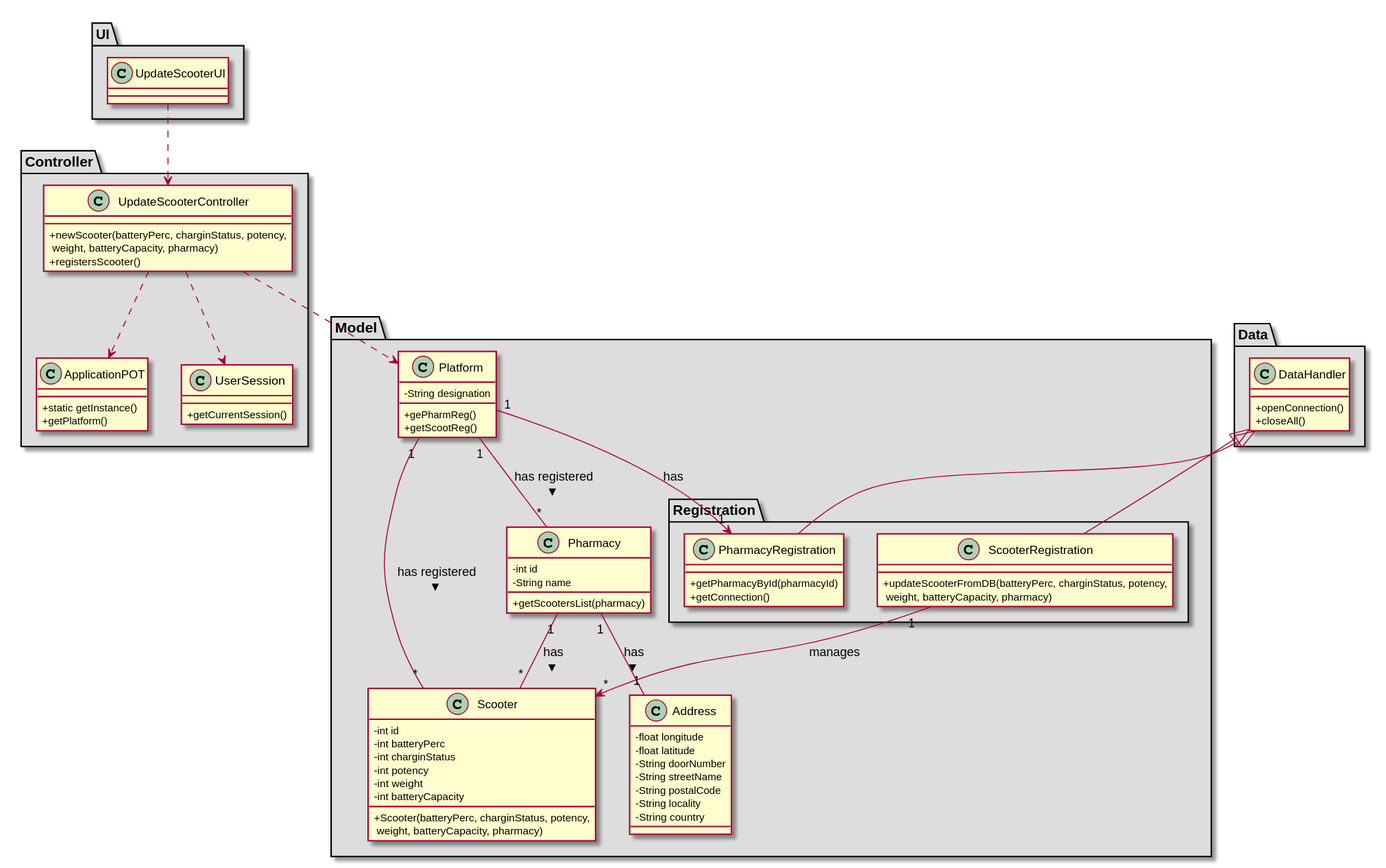
Above: docs/Iteration 1/Scooter Management/US32_UpdateScooter/US32_CD.svg in tiagoavcosta25/LAPR3 (PlantUML), before the change.
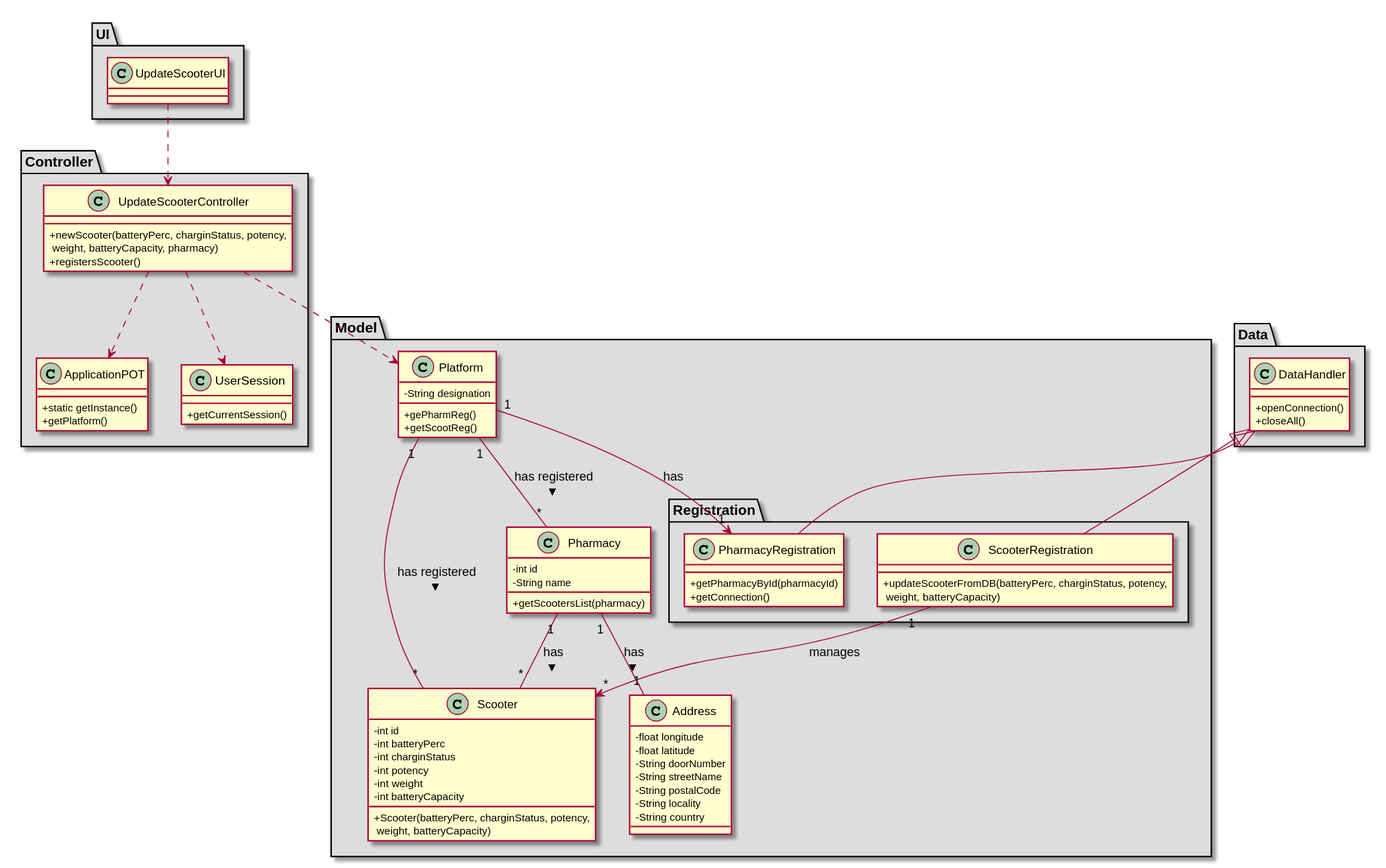
Later version of the same file.

Commit message:
LAPR2AP2-32 #devoloping Update Scooter [Implementation]

Diff of the diagram source:
```diff
@@ -40,7 +40,7 @@
  }
 
  class ScooterRegistration{
-      +updateScooterFromDB(batteryPerc, charginStatus, potency,\n weight, batteryCapacity, pharmacy)
+      +updateScooterFromDB(batteryPerc, charginStatus, potency,\n weight, batteryCapacity)
   }
  }
 }
@@ -53,7 +53,7 @@
   -int potency
   -int weight
   -int batteryCapacity
-  +Scooter(batteryPerc, charginStatus, potency,\n weight, batteryCapacity, pharmacy)
+  +Scooter(batteryPerc, charginStatus, potency,\n weight, batteryCapacity)
 }
 
 class Address{
```
